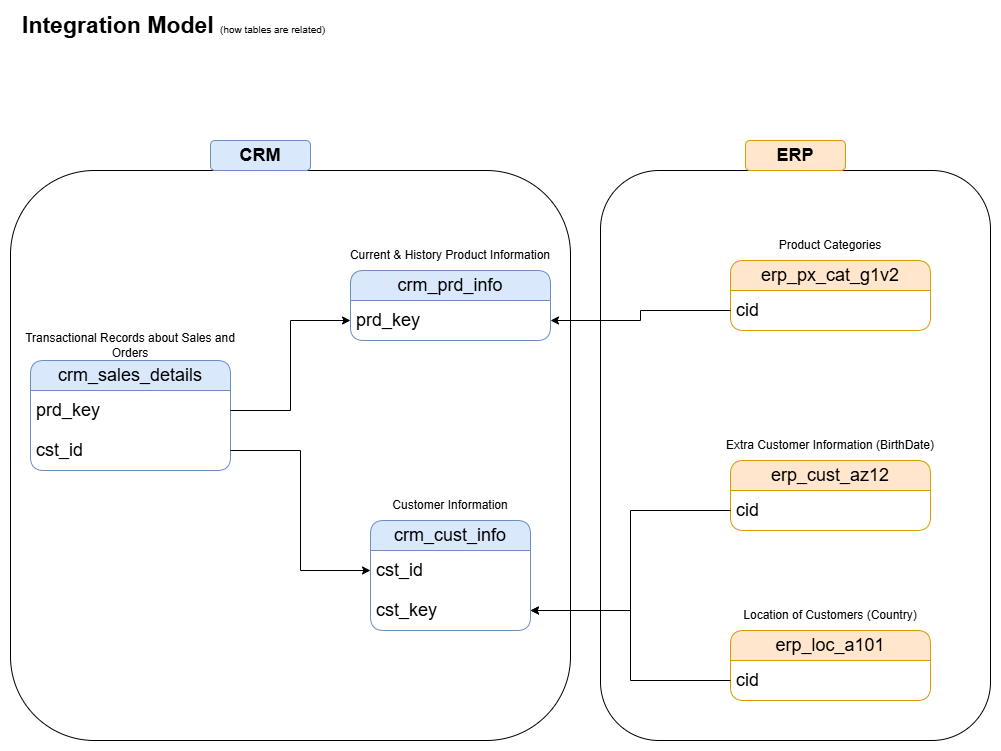
Earlier version of the draw.io export docs/Integration Model.png (abdalarif/DWH_PROJECT). Source tidied: cells renumbered, new cells last; positions are measured from the earlier drawing's top-left corner, leaving out a move shared by most shapes.
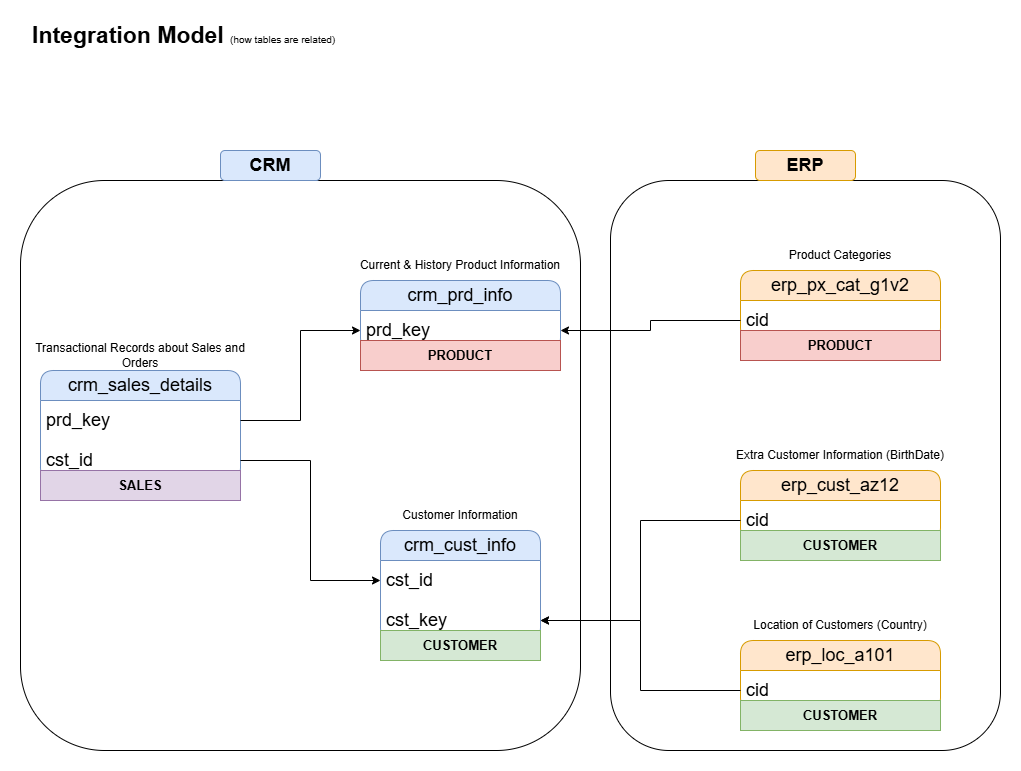
Later version of the same file.

Commit message:
Edit: enhance the Integration model

What changed in the source:
```diff
@@ -92,5 +92,23 @@
     <mxCell id="31" value="&lt;b&gt;&lt;font style=&quot;font-size: 18px;&quot;&gt;ERP&lt;/font&gt;&lt;/b&gt;" style="text;html=1;align=center;verticalAlign=middle;whiteSpace=wrap;rounded=1;fillColor=#ffe6cc;strokeColor=#d79b00;" parent="1" vertex="1">
       <mxGeometry x="735" y="130" width="100" height="30" as="geometry" />
     </mxCell>
+    <mxCell id="32" value="PRODUCT" style="text;html=1;strokeColor=#b85450;fillColor=#f8cecc;align=center;verticalAlign=middle;whiteSpace=wrap;overflow=hidden;fontSize=13;fontStyle=1;" parent="1" vertex="1">
+      <mxGeometry x="340" y="320" width="200" height="30" as="geometry" />
+    </mxCell>
+    <mxCell id="33" value="PRODUCT" style="text;html=1;strokeColor=#b85450;fillColor=#f8cecc;align=center;verticalAlign=middle;whiteSpace=wrap;overflow=hidden;fontSize=13;fontStyle=1;" parent="1" vertex="1">
+      <mxGeometry x="720" y="310" width="200" height="30" as="geometry" />
+    </mxCell>
+    <mxCell id="34" value="CUSTOMER" style="text;html=1;strokeColor=#82b366;fillColor=#d5e8d4;align=center;verticalAlign=middle;whiteSpace=wrap;overflow=hidden;fontSize=13;fontStyle=1;" parent="1" vertex="1">
+      <mxGeometry x="360" y="610" width="160" height="30" as="geometry" />
+    </mxCell>
+    <mxCell id="35" value="CUSTOMER" style="text;html=1;strokeColor=#82b366;fillColor=#d5e8d4;align=center;verticalAlign=middle;whiteSpace=wrap;overflow=hidden;fontSize=13;fontStyle=1;" parent="1" vertex="1">
+      <mxGeometry x="720" y="510" width="200" height="30" as="geometry" />
+    </mxCell>
+    <mxCell id="36" value="CUSTOMER" style="text;html=1;strokeColor=#82b366;fillColor=#d5e8d4;align=center;verticalAlign=middle;whiteSpace=wrap;overflow=hidden;fontSize=13;fontStyle=1;" parent="1" vertex="1">
+      <mxGeometry x="720" y="680" width="200" height="30" as="geometry" />
+    </mxCell>
+    <mxCell id="37" value="SALES" style="text;html=1;strokeColor=#9673a6;fillColor=#e1d5e7;align=center;verticalAlign=middle;whiteSpace=wrap;overflow=hidden;fontSize=13;fontStyle=1;" parent="1" vertex="1">
+      <mxGeometry x="20" y="450" width="200" height="30" as="geometry" />
+    </mxCell>
   </root>
 </mxGraphModel>
```
